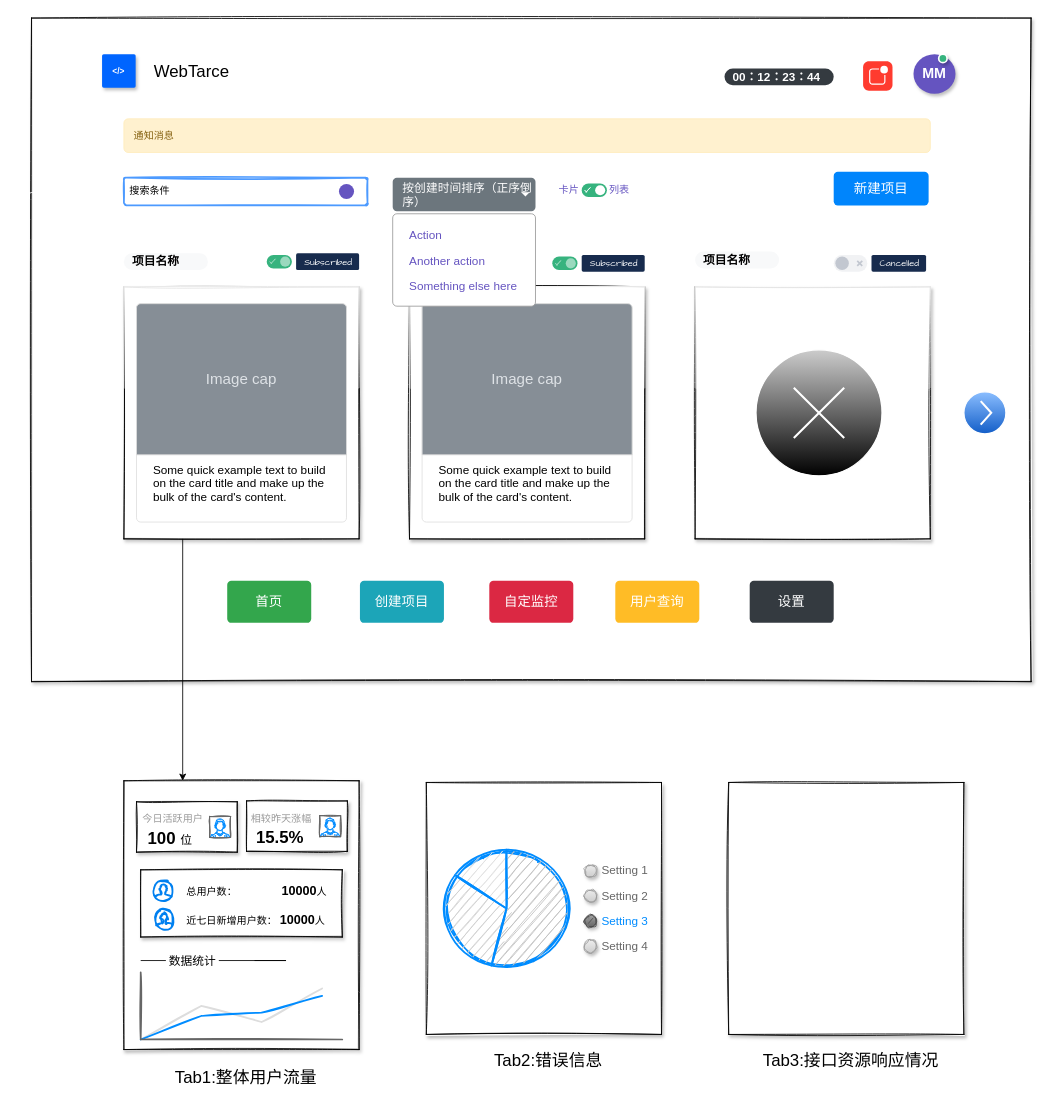
Before: page "首页" (5 of 5) of client/前端监控平台原型.drawio in lczCoder/monitor-screen, a draw.io diagram. Source tidied: cells renumbered, new cells numbered last; positions are measured from the earlier drawing's top-left corner, leaving out a move shared by most shapes. Both pictures are drawn from the tidied source at 84%, with x=0, y=0 at pixel (14, 18).
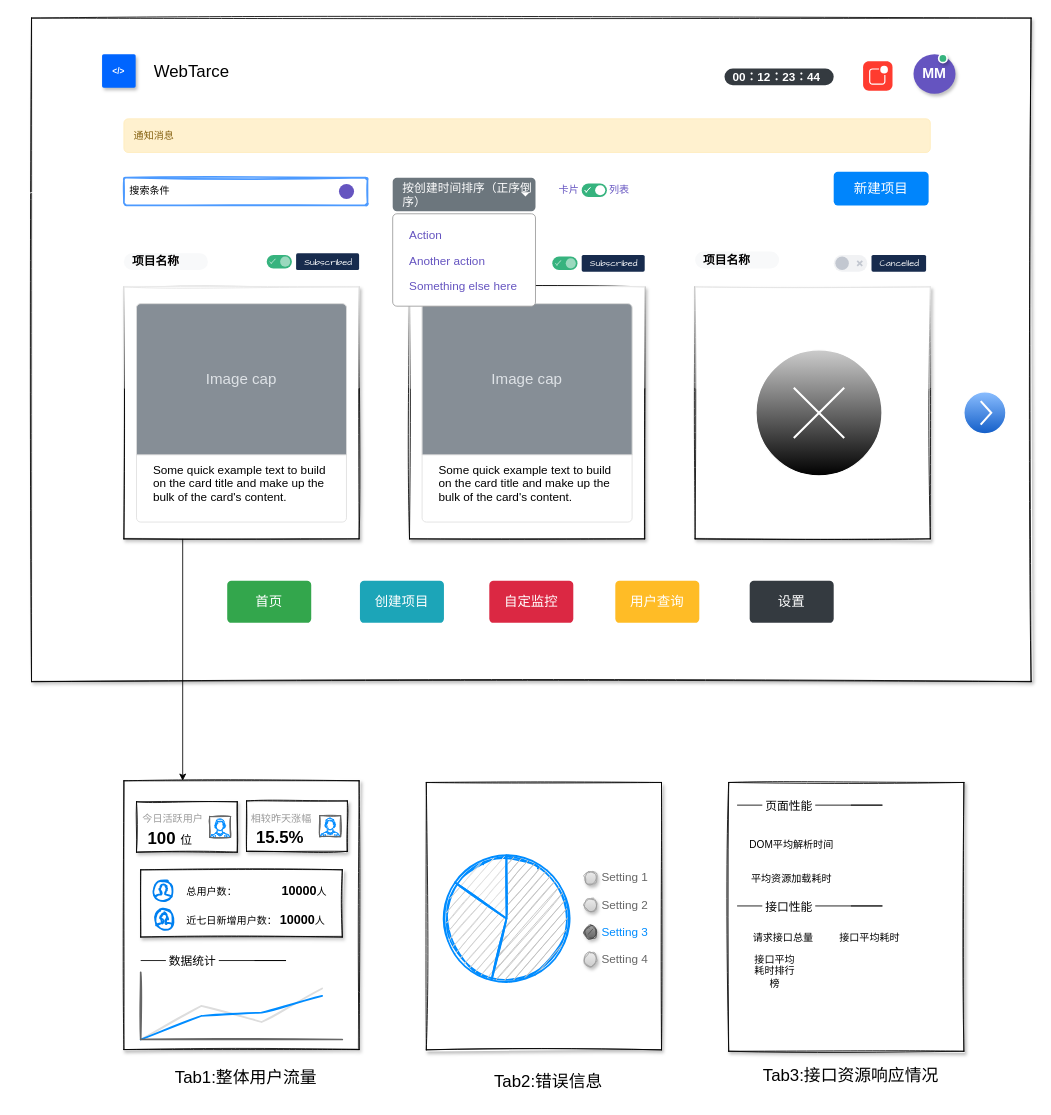
The same page after the edit.

What changed in the source:
```diff
@@
     <mxCell id="85" style="group;" parent="1" vertex="1">
-      <mxGeometry x="490" y="910" width="290" height="350" as="geometry" />
+      <mxGeometry x="490" y="910" width="290" height="378" as="geometry" />
     </mxCell>
     <mxCell id="86" style="rounded=0;whiteSpace=wrap;html=1;fontFamily=Helvetica;fontSize=12;fontColor=#6554C0;sketch=1;glass=0;shadow=1;" parent="85" vertex="1">
-      <mxGeometry width="280" height="300" as="geometry" />
+      <mxGeometry width="280" height="318.3" as="geometry" />
     </mxCell>
     <mxCell id="87" value="Tab2:错误信息" style="text;html=1;align=center;verticalAlign=middle;strokeColor=none;fillColor=none;fontSize=20;" parent="85" vertex="1">
-      <mxGeometry x="70" y="310" width="150" height="40" as="geometry" />
+      <mxGeometry x="70" y="334.8" width="150" height="40" as="geometry" />
     </mxCell>
     <mxCell id="88" style="verticalLabelPosition=bottom;shadow=0;dashed=0;align=center;html=1;verticalAlign=top;strokeWidth=1;shape=mxgraph.mockup.graphics.pieChart;strokeColor=#008cff;parts=10,20,35;partColors=#e0e0e0,#d0d0d0,#c0c0c0,#b0b0b0,#a0a0a0;strokeWidth=2;rounded=0;glass=0;sketch=1;fontSize=14;" parent="85" vertex="1">
-      <mxGeometry x="21" y="80" width="149" height="140" as="geometry" />
+      <mxGeometry x="21" y="86.4" width="149" height="151.2" as="geometry" />
     </mxCell>
     <mxCell id="89" style="strokeWidth=1;shadow=0;dashed=0;align=center;html=1;shape=mxgraph.mockup.forms.rrect;rSize=0;strokeColor=#999999;fillColor=#ffffff;rounded=0;glass=0;sketch=1;fontSize=14;" parent="85" vertex="1">
-      <mxGeometry x="180" y="90" width="100" height="120" as="geometry" />
+      <mxGeometry x="180" y="97.2" width="100" height="129.6" as="geometry" />
     </mxCell>
     <mxCell id="90" value="&lt;font style=&quot;font-size: 14px;&quot;&gt;Setting 1&lt;/font&gt;" style="shape=ellipse;rSize=0;fillColor=#eeeeee;strokeColor=#999999;gradientColor=#cccccc;html=1;align=left;spacingLeft=4;fontSize=17;fontColor=#666666;labelPosition=right;rounded=0;shadow=1;glass=0;sketch=1;" parent="89" vertex="1">
-      <mxGeometry x="8" y="7.5" width="15" height="15" as="geometry" />
+      <mxGeometry x="8" y="8.1" width="15" height="16.2" as="geometry" />
     </mxCell>
     <mxCell id="91" value="&lt;font style=&quot;font-size: 14px;&quot;&gt;Setting 2&lt;/font&gt;" style="shape=ellipse;rSize=0;fillColor=#eeeeee;strokeColor=#999999;gradientColor=#cccccc;html=1;align=left;spacingLeft=4;fontSize=17;fontColor=#666666;labelPosition=right;rounded=0;shadow=1;glass=0;sketch=1;" parent="89" vertex="1">
-      <mxGeometry x="8" y="37.5" width="15" height="15" as="geometry" />
+      <mxGeometry x="8" y="40.5" width="15" height="16.2" as="geometry" />
     </mxCell>
     <mxCell id="92" value="&lt;font style=&quot;font-size: 14px;&quot;&gt;Setting 3&lt;/font&gt;" style="shape=ellipse;rSize=0;fillColor=#aaaaaa;strokeColor=#444444;gradientColor=#666666;html=1;align=left;spacingLeft=4;fontSize=17;fontColor=#008cff;labelPosition=right;rounded=0;shadow=1;glass=0;sketch=1;" parent="89" vertex="1">
-      <mxGeometry x="8" y="67.5" width="15" height="15" as="geometry" />
+      <mxGeometry x="8" y="72.9" width="15" height="16.2" as="geometry" />
     </mxCell>
     <mxCell id="93" style="shape=ellipse;fillColor=#444444;strokeColor=none;html=1;rounded=0;shadow=1;glass=0;sketch=1;fontSize=14;" parent="92" vertex="1">
-      <mxGeometry x="3" y="3" width="9" height="9" as="geometry" />
+      <mxGeometry x="3" y="3.2" width="9" height="9.7" as="geometry" />
     </mxCell>
     <mxCell id="94" value="&lt;font style=&quot;font-size: 14px;&quot;&gt;Setting 4&lt;/font&gt;" style="shape=ellipse;rSize=0;fillColor=#eeeeee;strokeColor=#999999;gradientColor=#cccccc;html=1;align=left;spacingLeft=4;fontSize=17;fontColor=#666666;labelPosition=right;rounded=0;shadow=1;glass=0;sketch=1;" parent="89" vertex="1">
-      <mxGeometry x="8" y="97.5" width="15" height="15" as="geometry" />
+      <mxGeometry x="8" y="105.3" width="15" height="16.2" as="geometry" />
     </mxCell>
     <mxCell id="95" style="group;" parent="1" vertex="1">
-      <mxGeometry x="850" y="910" width="280" height="350" as="geometry" />
+      <mxGeometry x="850" y="910" width="280" height="370" as="geometry" />
     </mxCell>
     <mxCell id="96" style="rounded=0;whiteSpace=wrap;html=1;fontFamily=Helvetica;fontSize=12;fontColor=#6554C0;sketch=1;glass=0;shadow=1;" parent="95" vertex="1">
-      <mxGeometry width="280" height="300" as="geometry" />
+      <mxGeometry width="280" height="320" as="geometry" />
     </mxCell>
     <mxCell id="97" value="Tab3:接口资源响应情况" style="text;html=1;align=center;verticalAlign=middle;strokeColor=none;fillColor=none;fontSize=20;" parent="95" vertex="1">
-      <mxGeometry x="30" y="310" width="230" height="40" as="geometry" />
+      <mxGeometry x="30" y="327.7" width="230" height="40" as="geometry" />
     </mxCell>
+    <mxCell id="99" style="group;" parent="95" vertex="1">
+      <mxGeometry x="10" y="10" width="173" height="30" as="geometry" />
+    </mxCell>
+    <mxCell id="100" style="endArrow=none;html=1;rounded=0;fontSize=20;" parent="99" edge="1">
+      <mxGeometry relative="1" as="geometry">
+        <mxPoint y="17" as="sourcePoint" />
+        <mxPoint x="30" y="17" as="targetPoint" />
+      </mxGeometry>
+    </mxCell>
+    <mxCell id="101" value="&lt;font style=&quot;font-size: 14px;&quot;&gt;页面性能&lt;/font&gt;" style="text;html=1;strokeColor=none;fillColor=none;align=center;verticalAlign=middle;whiteSpace=wrap;rounded=0;shadow=1;glass=0;sketch=1;fontSize=20;" parent="99" vertex="1">
+      <mxGeometry x="27" width="70" height="30" as="geometry" />
+    </mxCell>
+    <mxCell id="102" style="endArrow=none;html=1;rounded=0;fontSize=20;exitX=0.75;exitY=1;exitDx=0;exitDy=0;" parent="99" edge="1">
+      <mxGeometry relative="1" as="geometry">
+        <mxPoint x="135.5" y="17" as="sourcePoint" />
+        <mxPoint x="93" y="17" as="targetPoint" />
+        <Array as="points">
+          <mxPoint x="173" y="17" />
+        </Array>
+      </mxGeometry>
+    </mxCell>
+    <mxCell id="103" style="group;" parent="95" vertex="1">
+      <mxGeometry x="10" y="130" width="173" height="30" as="geometry" />
+    </mxCell>
+    <mxCell id="104" style="endArrow=none;html=1;rounded=0;fontSize=20;" parent="103" edge="1">
+      <mxGeometry relative="1" as="geometry">
+        <mxPoint y="17" as="sourcePoint" />
+        <mxPoint x="30" y="17" as="targetPoint" />
+      </mxGeometry>
+    </mxCell>
+    <mxCell id="105" value="&lt;span style=&quot;font-size: 14px;&quot;&gt;接口性能&lt;/span&gt;" style="text;html=1;strokeColor=none;fillColor=none;align=center;verticalAlign=middle;whiteSpace=wrap;rounded=0;shadow=1;glass=0;sketch=1;fontSize=20;" parent="103" vertex="1">
+      <mxGeometry x="27" width="70" height="30" as="geometry" />
+    </mxCell>
+    <mxCell id="106" style="endArrow=none;html=1;rounded=0;fontSize=20;exitX=0.75;exitY=1;exitDx=0;exitDy=0;" parent="103" edge="1">
+      <mxGeometry relative="1" as="geometry">
+        <mxPoint x="135.5" y="17" as="sourcePoint" />
+        <mxPoint x="93" y="17" as="targetPoint" />
+        <Array as="points">
+          <mxPoint x="173" y="17" />
+        </Array>
+      </mxGeometry>
+    </mxCell>
+    <mxCell id="107" value="DOM平均解析时间" style="text;html=1;strokeColor=none;fillColor=none;align=center;verticalAlign=middle;whiteSpace=wrap;rounded=0;" parent="95" vertex="1">
+      <mxGeometry x="20" y="60" width="110" height="30" as="geometry" />
+    </mxCell>
+    <mxCell id="108" value="平均资源加载耗时" style="text;html=1;strokeColor=none;fillColor=none;align=center;verticalAlign=middle;whiteSpace=wrap;rounded=0;" parent="95" vertex="1">
+      <mxGeometry x="15" y="100" width="120" height="30" as="geometry" />
+    </mxCell>
+    <mxCell id="109" value="请求接口总量" style="text;html=1;strokeColor=none;fillColor=none;align=center;verticalAlign=middle;whiteSpace=wrap;rounded=0;" parent="95" vertex="1">
+      <mxGeometry x="20" y="170" width="90" height="30" as="geometry" />
+    </mxCell>
+    <mxCell id="110" value="接口平均耗时" style="text;html=1;strokeColor=none;fillColor=none;align=center;verticalAlign=middle;whiteSpace=wrap;rounded=0;" parent="95" vertex="1">
+      <mxGeometry x="123" y="170" width="90" height="30" as="geometry" />
+    </mxCell>
+    <mxCell id="111" value="接口平均耗时排行榜" style="text;html=1;strokeColor=none;fillColor=none;align=center;verticalAlign=middle;whiteSpace=wrap;rounded=0;" parent="95" vertex="1">
+      <mxGeometry x="25" y="210" width="60" height="30" as="geometry" />
+    </mxCell>
```
